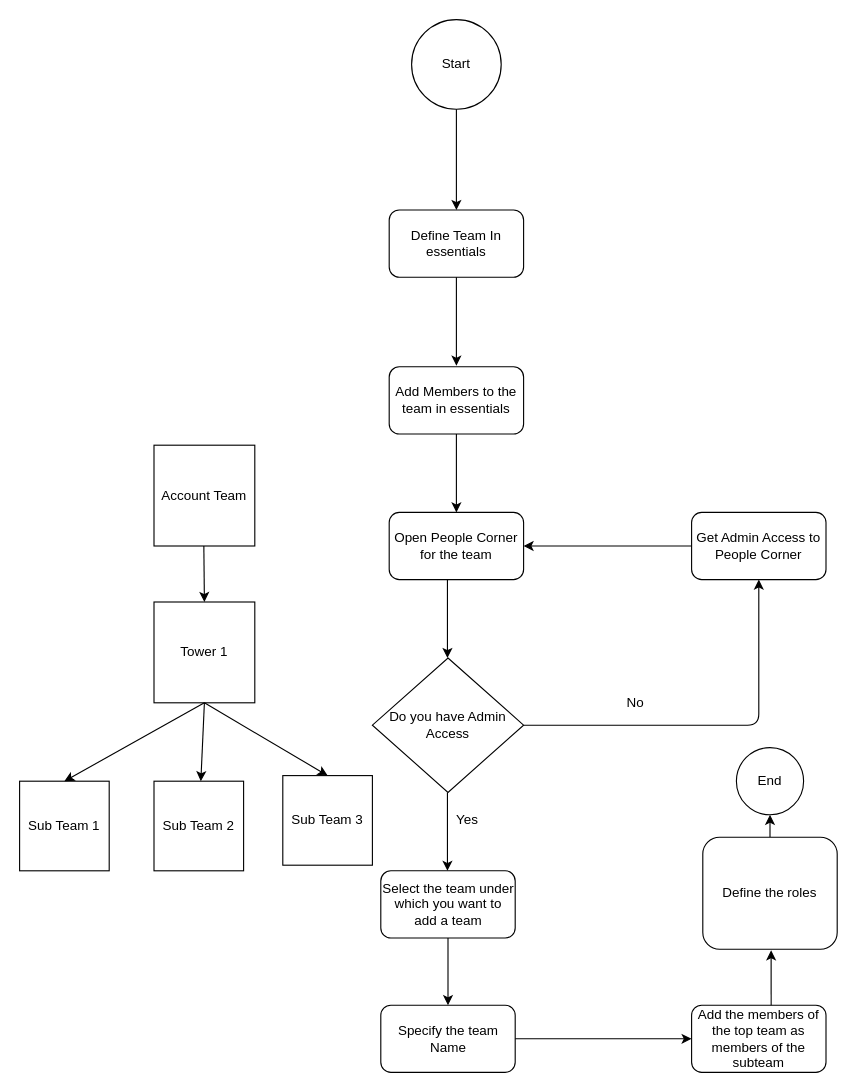
Before: Nested Team Management.drawio in bhagyaravi/knative-ocp-3.11, a draw.io diagram. Source tidied: cells renumbered, new cells numbered last; positions are measured from the earlier drawing's top-left corner, leaving out a move shared by most shapes. Both pictures are drawn from the tidied source at 112%, with x=0, y=0 at pixel (19, 19).
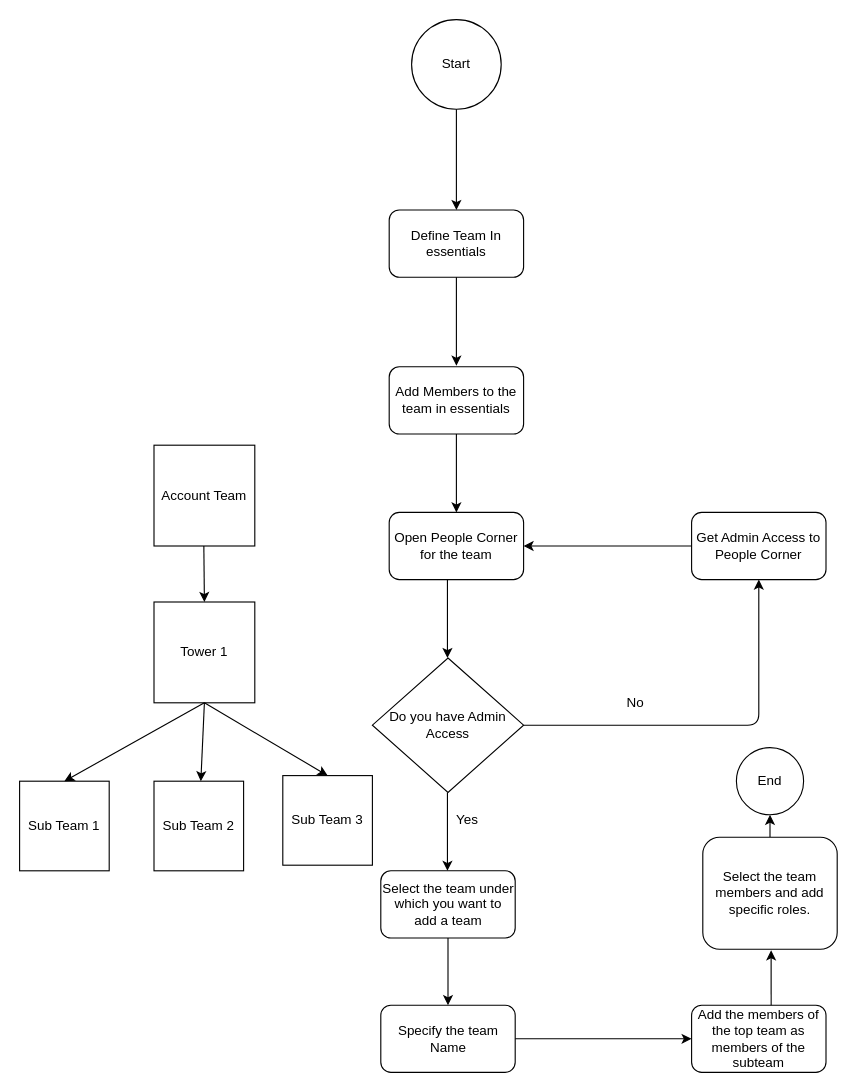
Above is the later version.

What changed in the source:
```diff
@@
-    <mxCell id="34" value="Define the roles " style="rounded=1;whiteSpace=wrap;html=1;" parent="1" vertex="1">
+    <mxCell id="34" value="Select the team members and add specific roles. " style="rounded=1;whiteSpace=wrap;html=1;" parent="1" vertex="1">
       <mxGeometry x="610" y="730" width="120" height="100" as="geometry" />
     </mxCell>
```
